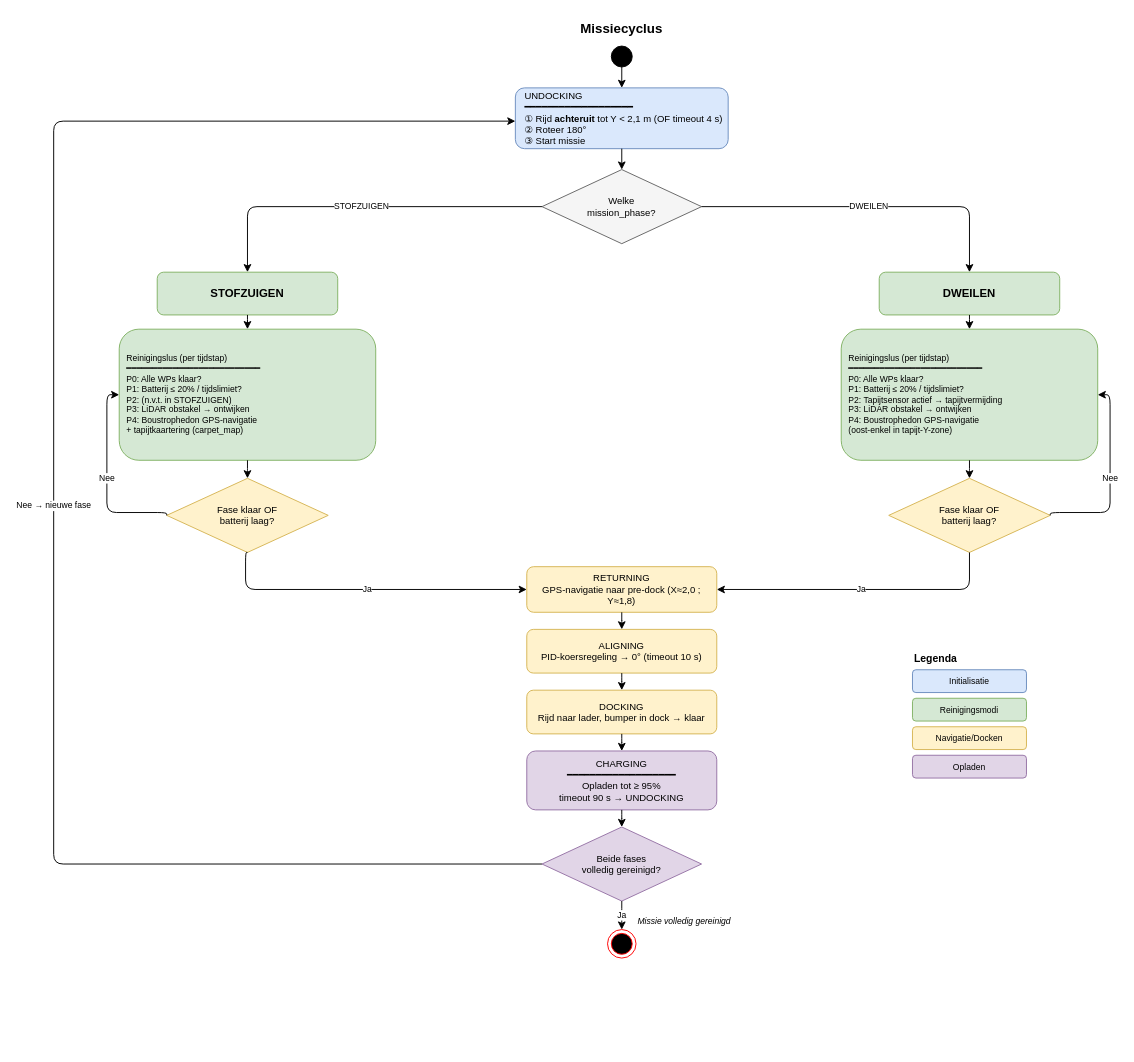
Before: docs/diagrams/draw.io/missiecyclus.drawio in DenGian/roomba-webots-digital-twin, a draw.io diagram. Source tidied: cells renumbered, new cells numbered last; positions are measured from the earlier drawing's top-left corner, leaving out a move shared by most shapes. Both pictures are drawn from the tidied source at 95%, with x=0, y=0 at pixel (53, 16).
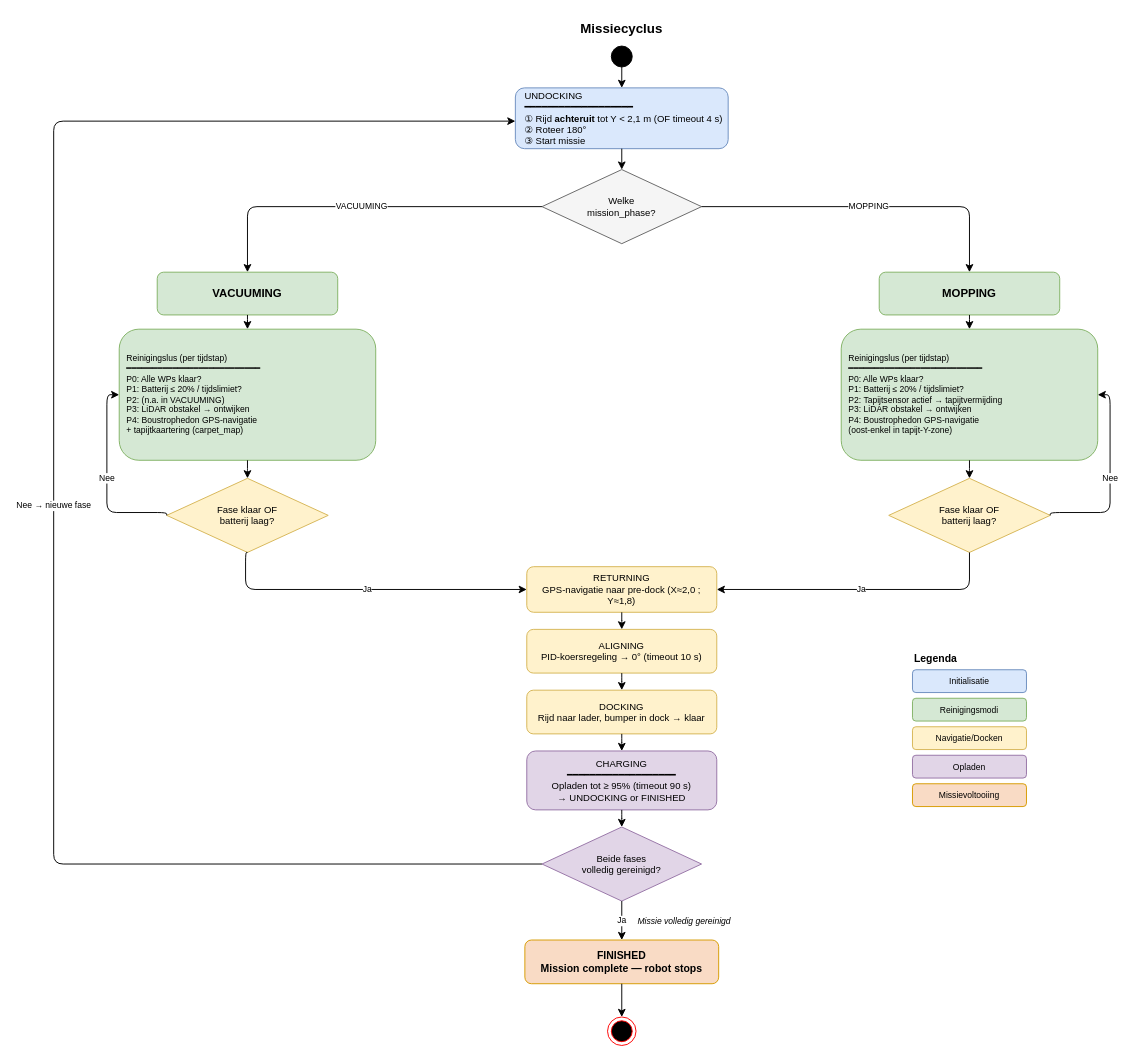
The same diagram, later.

Unchanged cells that the change refers to:
```xml
<mxCell id="5" value="Welke&#10;mission_phase?" style="rhombus;whiteSpace=wrap;html=1;fillColor=#f5f5f5;strokeColor=#666666;fontSize=10;align=center;" parent="1" vertex="1">
  <mxGeometry x="514" y="161" width="168" height="78" as="geometry" />
</mxCell>
<mxCell id="16" value="Beide fases&#10;volledig gereinigd?" style="rhombus;whiteSpace=wrap;html=1;fillColor=#e1d5e7;strokeColor=#9673a6;fontSize=10;align=center;" parent="1" vertex="1">
  <mxGeometry x="514" y="853" width="168" height="78" as="geometry" />
</mxCell>
```

Change to the diagram source:
```diff
@@
-    <mxCell id="6" value="STOFZUIGEN" style="rounded=1;whiteSpace=wrap;html=1;fillColor=#d5e8d4;strokeColor=#82b366;fontStyle=1;fontSize=12;" parent="1" vertex="1">
+    <mxCell id="6" value="VACUUMING" style="rounded=1;whiteSpace=wrap;html=1;fillColor=#d5e8d4;strokeColor=#82b366;fontStyle=1;fontSize=12;" parent="1" vertex="1">
       <mxGeometry x="109" y="269" width="190" height="45" as="geometry" />
     </mxCell>
-    <mxCell id="7" value="Reinigingslus (per tijdstap)&#10;━━━━━━━━━━━━━━━━━━━━━━━━━━&#10;P0: Alle WPs klaar?&#10;P1: Batterij ≤ 20% / tijdslimiet?&#10;P2: (n.v.t. in STOFZUIGEN)&#10;P3: LiDAR obstakel → ontwijken&#10;P4: Boustrophedon GPS-navigatie&#10;    + tapijtkaartering (carpet_map)" style="rounded=1;whiteSpace=wrap;html=1;fillColor=#d5e8d4;strokeColor=#82b366;fontSize=9;align=left;spacingLeft=6;" parent="1" vertex="1">
+    <mxCell id="7" value="Reinigingslus (per tijdstap)&#10;━━━━━━━━━━━━━━━━━━━━━━━━━━&#10;P0: Alle WPs klaar?&#10;P1: Batterij ≤ 20% / tijdslimiet?&#10;P2: (n.a. in VACUUMING)&#10;P3: LiDAR obstakel → ontwijken&#10;P4: Boustrophedon GPS-navigatie&#10;    + tapijtkaartering (carpet_map)" style="rounded=1;whiteSpace=wrap;html=1;fillColor=#d5e8d4;strokeColor=#82b366;fontSize=9;align=left;spacingLeft=6;" parent="1" vertex="1">
       <mxGeometry x="69" y="329" width="270" height="138" as="geometry" />
     </mxCell>
@@
-    <mxCell id="9" value="DWEILEN" style="rounded=1;whiteSpace=wrap;html=1;fillColor=#d5e8d4;strokeColor=#82b366;fontStyle=1;fontSize=12;" parent="1" vertex="1">
+    <mxCell id="9" value="MOPPING" style="rounded=1;whiteSpace=wrap;html=1;fillColor=#d5e8d4;strokeColor=#82b366;fontStyle=1;fontSize=12;" parent="1" vertex="1">
       <mxGeometry x="869" y="269" width="190" height="45" as="geometry" />
     </mxCell>
@@
-    <mxCell id="15" value="CHARGING&lt;br&gt;&lt;span style=&quot;text-align: left;&quot;&gt;━━━━━━━━━━━━━━━━━━━&lt;/span&gt;&lt;br style=&quot;text-align: left;&quot;&gt;Opladen tot ≥ 95%&lt;br&gt;timeout 90 s → UNDOCKING" style="rounded=1;whiteSpace=wrap;html=1;fillColor=#e1d5e7;strokeColor=#9673a6;fontSize=10;" parent="1" vertex="1">
+    <mxCell id="15" value="CHARGING&lt;br&gt;&lt;span style=&quot;text-align: left;&quot;&gt;━━━━━━━━━━━━━━━━━━━&lt;/span&gt;&lt;br style=&quot;text-align: left;&quot;&gt;Opladen tot ≥ 95% (timeout 90 s)&lt;br&gt;→ UNDOCKING or FINISHED" style="rounded=1;whiteSpace=wrap;html=1;fillColor=#e1d5e7;strokeColor=#9673a6;fontSize=10;" parent="1" vertex="1">
       <mxGeometry x="498" y="773" width="200" height="62" as="geometry" />
     </mxCell>
@@
-    <mxCell id="20" value="STOFZUIGEN" style="edgeStyle=orthogonalEdgeStyle;html=1;fontSize=9;exitX=0;exitY=0.5;exitPerimeter=0;entryX=0.5;entryY=0;entryPerimeter=0;" parent="1" edge="1" source="5" target="6">
+    <mxCell id="20" value="VACUUMING" style="edgeStyle=orthogonalEdgeStyle;html=1;fontSize=9;exitX=0;exitY=0.5;exitPerimeter=0;entryX=0.5;entryY=0;entryPerimeter=0;" parent="1" edge="1" source="5" target="6">
       <mxGeometry relative="1" as="geometry">
         <Array as="points">
           <mxPoint x="204" y="200" />
         </Array>
       </mxGeometry>
     </mxCell>
-    <mxCell id="21" value="DWEILEN" style="edgeStyle=orthogonalEdgeStyle;html=1;fontSize=9;exitX=1;exitY=0.5;exitPerimeter=0;entryX=0.5;entryY=0;entryPerimeter=0;" parent="1" edge="1" source="5" target="9">
+    <mxCell id="21" value="MOPPING" style="edgeStyle=orthogonalEdgeStyle;html=1;fontSize=9;exitX=1;exitY=0.5;exitPerimeter=0;entryX=0.5;entryY=0;entryPerimeter=0;" parent="1" edge="1" source="5" target="9">
       <mxGeometry relative="1" as="geometry">
         <Array as="points">
           <mxPoint x="964" y="200" />
         </Array>
       </mxGeometry>
     </mxCell>
@@
+    <mxCell id="42" value="FINISHED&#10;Mission complete — robot stops" style="rounded=1;whiteSpace=wrap;html=1;fillColor=#f9dbc5;strokeColor=#d79b00;fontStyle=1;fontSize=11;" parent="1" vertex="1">
+      <mxGeometry x="496" y="972" width="204" height="46" as="geometry" />
+    </mxCell>
-    <mxCell id="34" value="Ja" style="edgeStyle=orthogonalEdgeStyle;html=1;fontSize=9;exitX=0.5;exitY=1;exitPerimeter=0;entryX=0.5;entryY=0;entryDx=0;entryDy=0;" parent="1" edge="1" source="16" target="41">
-      <mxGeometry relative="1" as="geometry">
-        <Array as="points">
-          <mxPoint x="598" y="947" />
-          <mxPoint x="598" y="947" />
-        </Array>
-      </mxGeometry>
+    <mxCell id="34" value="Ja" style="edgeStyle=orthogonalEdgeStyle;html=1;fontSize=9;exitX=0.5;exitY=1;exitPerimeter=0;entryX=0.5;entryY=0;entryPerimeter=0;" parent="1" edge="1" source="16" target="42">
+      <mxGeometry relative="1" as="geometry" />
     </mxCell>
@@
+    <mxCell id="41" style="ellipse;html=1;shape=endState;fillColor=#000000;strokeColor=#ff0000;" parent="1" vertex="1">
+      <mxGeometry x="583" y="1053" width="30" height="30" as="geometry" />
+    </mxCell>
+    <mxCell id="43" style="edgeStyle=orthogonalEdgeStyle;html=1;" parent="1" edge="1" source="42" target="41">
+      <mxGeometry relative="1" as="geometry" />
+    </mxCell>
@@
-    <mxCell id="41" style="ellipse;html=1;shape=endState;fillColor=#000000;strokeColor=#ff0000;" parent="1" vertex="1">
-      <mxGeometry x="583" y="961" width="30" height="30" as="geometry" />
-    </mxCell>
+    <mxCell id="44" value="Missievoltooiing" style="rounded=1;whiteSpace=wrap;html=1;fillColor=#f9dbc5;strokeColor=#d79b00;fontSize=9;" parent="1" vertex="1">
+      <mxGeometry x="904" y="807.5" width="120" height="24" as="geometry" />
+    </mxCell>
```
